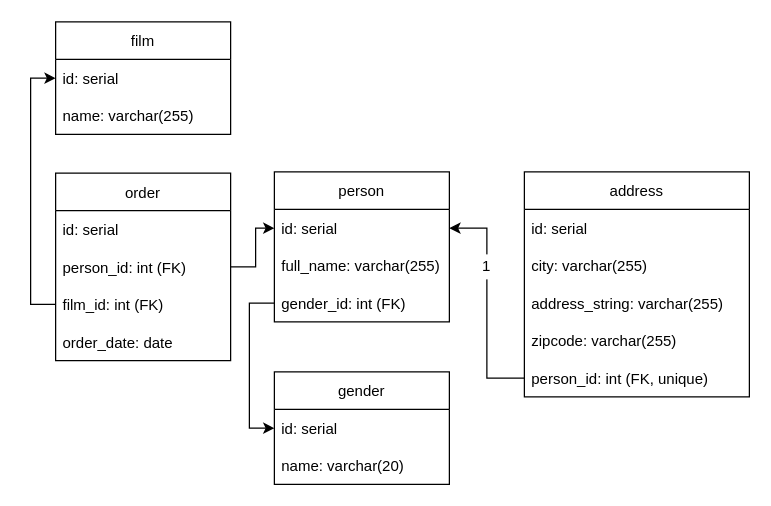
The draw.io diagram db/504822/504822.drawio in diac/job4j_db, before the edit. Source tidied: cells renumbered, new cells numbered last; positions are measured from the earlier drawing's top-left corner, leaving out a move shared by most shapes. Both pictures are drawn from the tidied source at 125%, with x=0, y=0 at pixel (55, 21).
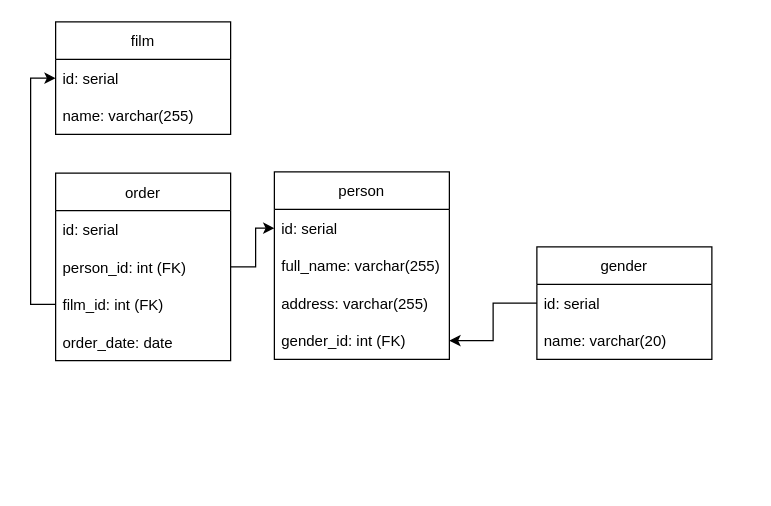
After the change.

Commit message:
Адрес не нужно выносить в отдельную таблицу, так как он является часть потенциального ключа (имя/адрес): 7. Нормализация БД [#504822 #343525]

The change refers to these unchanged cells:
```xml
<mxCell id="3" value="id: serial" style="text;strokeColor=none;fillColor=none;align=left;verticalAlign=middle;spacingLeft=4;spacingRight=4;overflow=hidden;points=[[0,0.5],[1,0.5]];portConstraint=eastwest;" parent="2" vertex="1">
  <mxGeometry y="30" width="140" height="30" as="geometry" />
</mxCell>
<mxCell id="13" value="id: serial" style="text;strokeColor=none;fillColor=none;align=left;verticalAlign=middle;spacingLeft=4;spacingRight=4;overflow=hidden;points=[[0,0.5],[1,0.5]];portConstraint=eastwest;" parent="12" vertex="1">
  <mxGeometry y="30" width="140" height="30" as="geometry" />
</mxCell>
```

Change to the diagram source:
```diff
@@
     <mxCell id="2" value="person" style="swimlane;fontStyle=0;horizontal=1;startSize=30;" parent="1" vertex="1">
-      <mxGeometry x="175" y="120" width="140" height="120" as="geometry" />
+      <mxGeometry x="175" y="120" width="140" height="150" as="geometry" />
     </mxCell>
@@
+    <mxCell id="28" value="address: varchar(255)" style="text;strokeColor=none;fillColor=none;align=left;verticalAlign=middle;spacingLeft=4;spacingRight=4;overflow=hidden;" parent="2" vertex="1">
+      <mxGeometry y="90" width="140" height="30" as="geometry" />
+    </mxCell>
     <mxCell id="5" value="gender_id: int (FK)" style="text;strokeColor=none;fillColor=none;align=left;verticalAlign=middle;spacingLeft=4;spacingRight=4;overflow=hidden;points=[[0,0.5],[1,0.5]];portConstraint=eastwest;" parent="2" vertex="1">
-      <mxGeometry y="90" width="140" height="30" as="geometry" />
+      <mxGeometry y="120" width="140" height="30" as="geometry" />
     </mxCell>
-    <mxCell id="6" value="address" style="swimlane;fontStyle=0;horizontal=1;startSize=30;" parent="1" vertex="1">
-      <mxGeometry x="375" y="120" width="180" height="180" as="geometry" />
-    </mxCell>
-    <mxCell id="7" value="id: serial" style="text;strokeColor=none;fillColor=none;align=left;verticalAlign=middle;spacingLeft=4;spacingRight=4;overflow=hidden;" parent="6" vertex="1">
-      <mxGeometry y="30" width="180" height="30" as="geometry" />
-    </mxCell>
-    <mxCell id="8" value="city: varchar(255)" style="text;strokeColor=none;fillColor=none;align=left;verticalAlign=middle;spacingLeft=4;spacingRight=4;overflow=hidden;" parent="6" vertex="1">
-      <mxGeometry y="60" width="180" height="30" as="geometry" />
-    </mxCell>
-    <mxCell id="9" value="address_string: varchar(255)" style="text;strokeColor=none;fillColor=none;align=left;verticalAlign=middle;spacingLeft=4;spacingRight=4;overflow=hidden;" parent="6" vertex="1">
-      <mxGeometry y="90" width="180" height="30" as="geometry" />
-    </mxCell>
-    <mxCell id="10" value="zipcode: varchar(255)" style="text;strokeColor=none;fillColor=none;align=left;verticalAlign=middle;spacingLeft=4;spacingRight=4;overflow=hidden;" parent="6" vertex="1">
-      <mxGeometry y="120" width="180" height="30" as="geometry" />
-    </mxCell>
-    <mxCell id="11" value="person_id: int (FK, unique)" style="text;strokeColor=none;fillColor=none;align=left;verticalAlign=middle;spacingLeft=4;spacingRight=4;overflow=hidden;points=[[0,0.5],[1,0.5]];portConstraint=eastwest;" parent="6" vertex="1">
-      <mxGeometry y="150" width="180" height="30" as="geometry" />
-    </mxCell>
     <mxCell id="12" value="gender" style="swimlane;fontStyle=0;horizontal=1;startSize=30;" parent="1" vertex="1">
-      <mxGeometry x="175" y="280" width="140" height="90" as="geometry" />
+      <mxGeometry x="385" y="180" width="140" height="90" as="geometry" />
     </mxCell>
@@
-    <mxCell id="15" style="edgeStyle=orthogonalEdgeStyle;rounded=0;jettySize=auto;html=1;exitX=0;exitY=0.5;exitDx=0;exitDy=0;entryX=1;entryY=0.5;entryDx=0;entryDy=0;" parent="1" edge="1" source="11" target="3">
-      <mxGeometry relative="1" as="geometry" />
-    </mxCell>
-    <mxCell id="16" value="1" style="text;html=1;strokeColor=none;fillColor=default;align=center;verticalAlign=middle;whiteSpace=wrap;rounded=0;spacing=0;" parent="1" vertex="1">
-      <mxGeometry x="330" y="186" width="30" height="20" as="geometry" />
-    </mxCell>
@@
-    <mxCell id="27" style="edgeStyle=orthogonalEdgeStyle;rounded=0;jettySize=auto;html=1;exitX=0;exitY=0.5;exitDx=0;exitDy=0;entryX=0;entryY=0.5;entryDx=0;entryDy=0;" parent="1" edge="1" source="5" target="13">
-      <mxGeometry relative="1" as="geometry" />
-    </mxCell>
+    <mxCell id="29" style="edgeStyle=orthogonalEdgeStyle;rounded=0;jettySize=auto;html=1;exitX=0;exitY=0.5;exitDx=0;exitDy=0;entryX=1;entryY=0.5;entryDx=0;entryDy=0;" parent="1" edge="1" source="13" target="5">
+      <mxGeometry relative="1" as="geometry" />
+    </mxCell>
```
